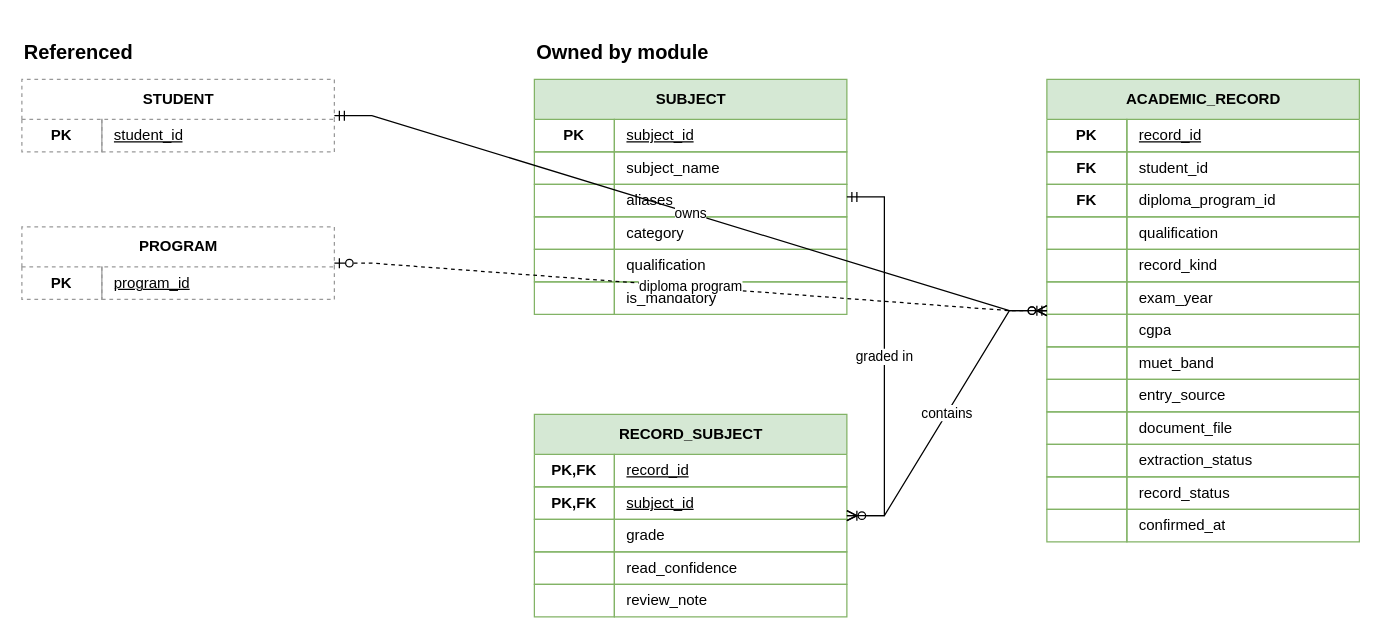
Before: page "02 Academic Profile" (3 of 10) of docs/diagrams/erd/edulaunch-erd.drawio in AzimAminz/EduLaunch, a draw.io diagram. Source tidied: cells renumbered, new cells numbered last; positions are measured from the earlier drawing's top-left corner, leaving out a move shared by most shapes. Both pictures are drawn from the tidied source at 125%, with x=0, y=0 at pixel (21, 21).
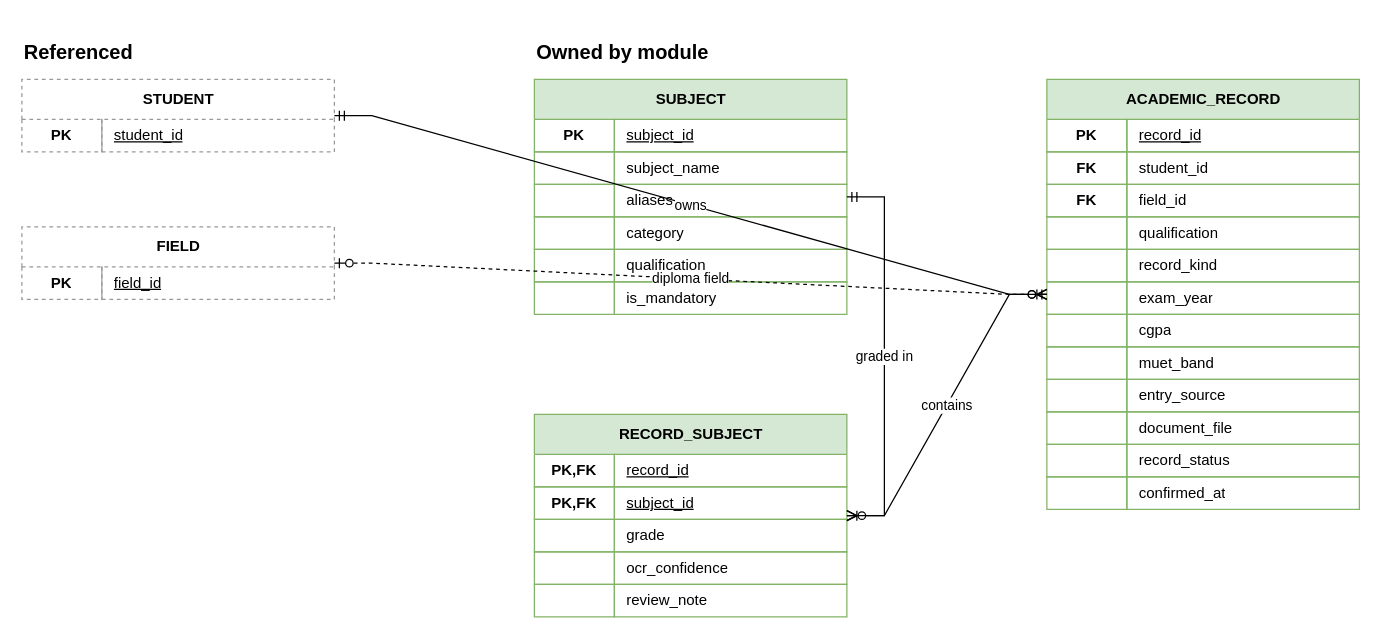
The same diagram, later.

The change refers to these unchanged cells:
```xml
<mxCell id="41" style="shape=tableRow;horizontal=0;startSize=0;swimlaneHead=0;swimlaneBody=0;fillColor=none;top=0;left=0;right=0;bottom=1;strokeColor=#82b366;" parent="31" vertex="1">
  <mxGeometry y="110" width="250" height="26" as="geometry" />
</mxCell>
<mxCell id="54" style="shape=tableRow;horizontal=0;startSize=0;swimlaneHead=0;swimlaneBody=0;fillColor=none;top=0;left=0;right=0;bottom=1;strokeColor=#82b366;" parent="47" vertex="1">
  <mxGeometry y="84" width="250" height="26" as="geometry" />
</mxCell>
<mxCell id="78" style="shape=tableRow;horizontal=0;startSize=0;swimlaneHead=0;swimlaneBody=0;fillColor=none;top=0;left=0;right=0;bottom=1;strokeColor=#82b366;" parent="47" vertex="1">
  <mxGeometry y="292" width="250" height="26" as="geometry" />
</mxCell>
```

Diff of the diagram source:
```diff
@@
-    <mxCell id="7" value="PROGRAM" style="shape=table;startSize=32;childLayout=tableLayout;rowLines=1;fontStyle=1;align=center;html=1;fillColor=#ffffff;strokeColor=#999999;dashed=1;" parent="1" vertex="1">
-      <mxGeometry y="164" width="250" height="58" as="geometry" />
-    </mxCell>
+    <mxCell id="91" value="FIELD" style="shape=table;startSize=32;childLayout=tableLayout;rowLines=1;fontStyle=1;align=center;html=1;fillColor=#ffffff;strokeColor=#999999;dashed=1;" parent="1" vertex="1">
+      <mxGeometry y="164" width="250" height="58" as="geometry" />
+    </mxCell>
-    <mxCell id="8" style="shape=tableRow;horizontal=0;startSize=0;swimlaneHead=0;swimlaneBody=0;fillColor=none;top=0;left=0;right=0;bottom=0;strokeColor=#999999;" parent="7" vertex="1">
+    <mxCell id="8" style="shape=tableRow;horizontal=0;startSize=0;swimlaneHead=0;swimlaneBody=0;fillColor=none;top=0;left=0;right=0;bottom=0;strokeColor=#999999;" parent="91" vertex="1">
       <mxGeometry y="32" width="250" height="26" as="geometry" />
     </mxCell>
@@
-    <mxCell id="10" value="program_id" style="shape=partialRectangle;fillColor=none;top=0;left=1;bottom=0;right=0;align=left;spacingLeft=8;fontStyle=4;overflow=hidden;whiteSpace=wrap;html=1;strokeColor=#999999;" parent="8" vertex="1">
-      <mxGeometry x="64" width="186" height="26" as="geometry" />
-    </mxCell>
+    <mxCell id="92" value="field_id" style="shape=partialRectangle;fillColor=none;top=0;left=1;bottom=0;right=0;align=left;spacingLeft=8;fontStyle=4;overflow=hidden;whiteSpace=wrap;html=1;strokeColor=#999999;" parent="8" vertex="1">
+      <mxGeometry x="64" width="186" height="26" as="geometry" />
+    </mxCell>
@@
-    <mxCell id="43" value="read_confidence" style="shape=partialRectangle;fillColor=none;top=0;left=1;bottom=0;right=0;align=left;spacingLeft=8;overflow=hidden;whiteSpace=wrap;html=1;strokeColor=#82b366;" parent="41" vertex="1">
+    <mxCell id="43" value="ocr_confidence" style="shape=partialRectangle;fillColor=none;top=0;left=1;bottom=0;right=0;align=left;spacingLeft=8;overflow=hidden;whiteSpace=wrap;html=1;strokeColor=#82b366;" parent="41" vertex="1">
       <mxGeometry x="64" width="186" height="26" as="geometry" />
     </mxCell>
@@
     <mxCell id="47" value="ACADEMIC_RECORD" style="shape=table;startSize=32;childLayout=tableLayout;rowLines=1;fontStyle=1;align=center;html=1;fillColor=#d5e8d4;strokeColor=#82b366;" parent="1" vertex="1">
-      <mxGeometry x="820" y="46" width="250" height="370" as="geometry" />
+      <mxGeometry x="820" y="46" width="250" height="344" as="geometry" />
     </mxCell>
@@
-    <mxCell id="56" value="diploma_program_id" style="shape=partialRectangle;fillColor=none;top=0;left=1;bottom=0;right=0;align=left;spacingLeft=8;overflow=hidden;whiteSpace=wrap;html=1;strokeColor=#82b366;" parent="54" vertex="1">
+    <mxCell id="56" value="field_id" style="shape=partialRectangle;fillColor=none;top=0;left=1;bottom=0;right=0;align=left;spacingLeft=8;overflow=hidden;whiteSpace=wrap;html=1;strokeColor=#82b366;" parent="54" vertex="1">
       <mxGeometry x="64" width="186" height="26" as="geometry" />
     </mxCell>
@@
-    <mxCell id="80" value="extraction_status" style="shape=partialRectangle;fillColor=none;top=0;left=1;bottom=0;right=0;align=left;spacingLeft=8;overflow=hidden;whiteSpace=wrap;html=1;strokeColor=#82b366;" parent="78" vertex="1">
+    <mxCell id="80" value="record_status" style="shape=partialRectangle;fillColor=none;top=0;left=1;bottom=0;right=0;align=left;spacingLeft=8;overflow=hidden;whiteSpace=wrap;html=1;strokeColor=#82b366;" parent="78" vertex="1">
       <mxGeometry x="64" width="186" height="26" as="geometry" />
     </mxCell>
-    <mxCell id="81" style="shape=tableRow;horizontal=0;startSize=0;swimlaneHead=0;swimlaneBody=0;fillColor=none;top=0;left=0;right=0;bottom=1;strokeColor=#82b366;" parent="47" vertex="1">
+    <mxCell id="81" style="shape=tableRow;horizontal=0;startSize=0;swimlaneHead=0;swimlaneBody=0;fillColor=none;top=0;left=0;right=0;bottom=0;strokeColor=#82b366;" parent="47" vertex="1">
       <mxGeometry y="318" width="250" height="26" as="geometry" />
     </mxCell>
@@
-    <mxCell id="83" value="record_status" style="shape=partialRectangle;fillColor=none;top=0;left=1;bottom=0;right=0;align=left;spacingLeft=8;overflow=hidden;whiteSpace=wrap;html=1;strokeColor=#82b366;" parent="81" vertex="1">
+    <mxCell id="83" value="confirmed_at" style="shape=partialRectangle;fillColor=none;top=0;left=1;bottom=0;right=0;align=left;spacingLeft=8;overflow=hidden;whiteSpace=wrap;html=1;strokeColor=#82b366;" parent="81" vertex="1">
       <mxGeometry x="64" width="186" height="26" as="geometry" />
     </mxCell>
-    <mxCell id="84" style="shape=tableRow;horizontal=0;startSize=0;swimlaneHead=0;swimlaneBody=0;fillColor=none;top=0;left=0;right=0;bottom=0;strokeColor=#82b366;" parent="47" vertex="1">
-      <mxGeometry y="344" width="250" height="26" as="geometry" />
-    </mxCell>
-    <mxCell id="85" style="shape=partialRectangle;fillColor=none;top=0;left=0;bottom=0;right=0;overflow=hidden;whiteSpace=wrap;html=1;align=center;" parent="84" vertex="1">
-      <mxGeometry width="64" height="26" as="geometry" />
-    </mxCell>
-    <mxCell id="86" value="confirmed_at" style="shape=partialRectangle;fillColor=none;top=0;left=1;bottom=0;right=0;align=left;spacingLeft=8;overflow=hidden;whiteSpace=wrap;html=1;strokeColor=#82b366;" parent="84" vertex="1">
-      <mxGeometry x="64" width="186" height="26" as="geometry" />
-    </mxCell>
@@
-    <mxCell id="90" value="diploma program" style="edgeStyle=entityRelationEdgeStyle;rounded=0;html=1;startArrow=ERzeroToOne;endArrow=ERzeroToMany;startFill=0;endFill=0;fontSize=11;labelBackgroundColor=#ffffff;dashed=1;" parent="1" edge="1" source="7" target="47">
+    <mxCell id="90" value="diploma field" style="edgeStyle=entityRelationEdgeStyle;rounded=0;html=1;startArrow=ERzeroToOne;endArrow=ERzeroToMany;startFill=0;endFill=0;fontSize=11;labelBackgroundColor=#ffffff;dashed=1;" parent="1" edge="1" source="91" target="47">
       <mxGeometry relative="1" as="geometry" />
     </mxCell>
```
